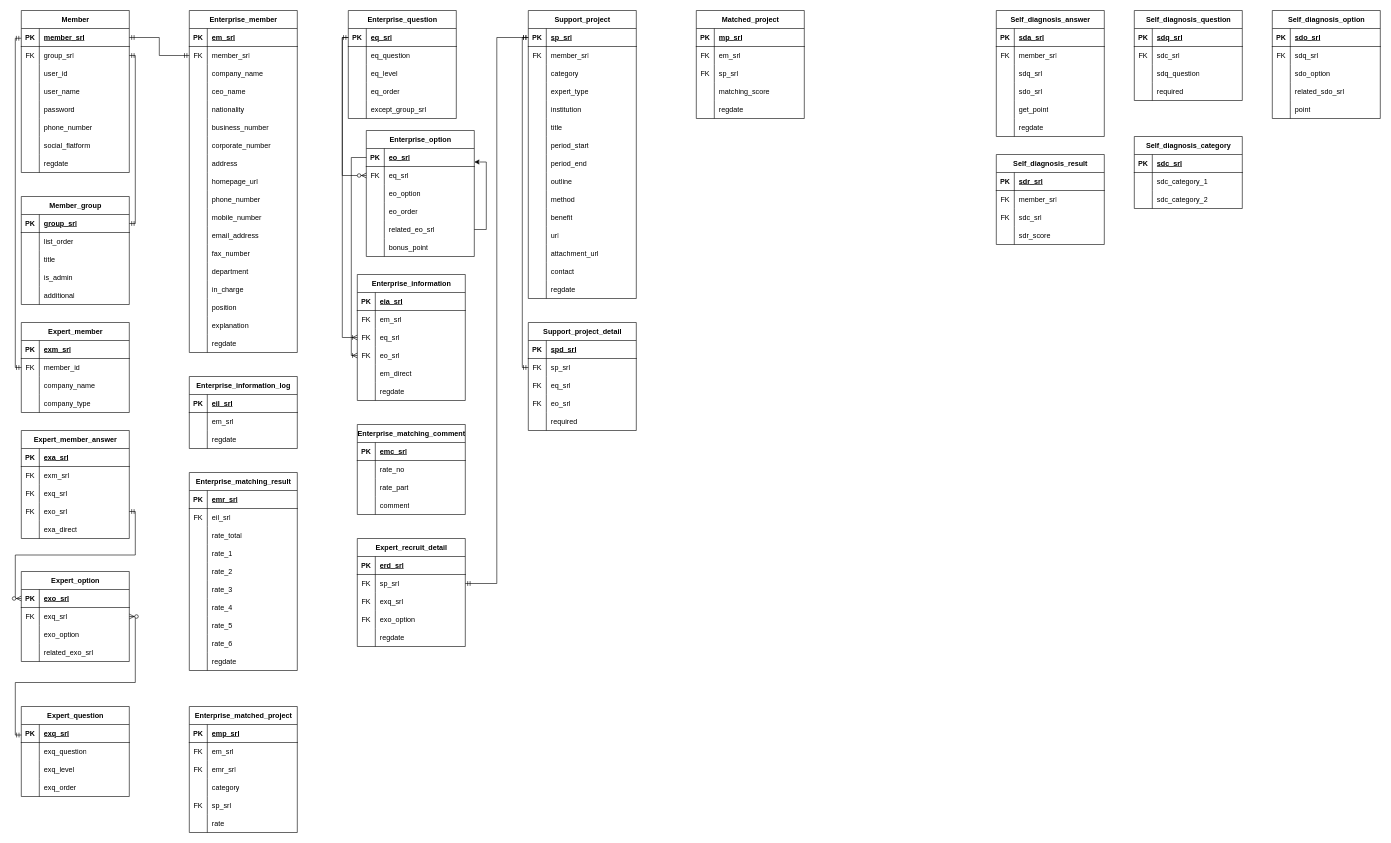
Earlier version of the draw.io diagram growth_erd.drawio (eunhan93/g_v). Source tidied: cells renumbered, new cells numbered last; positions are measured from the earlier drawing's top-left corner, leaving out a move shared by most shapes. Both pictures are drawn from the tidied source at 60%, with x=0, y=0 at pixel (15, 10).
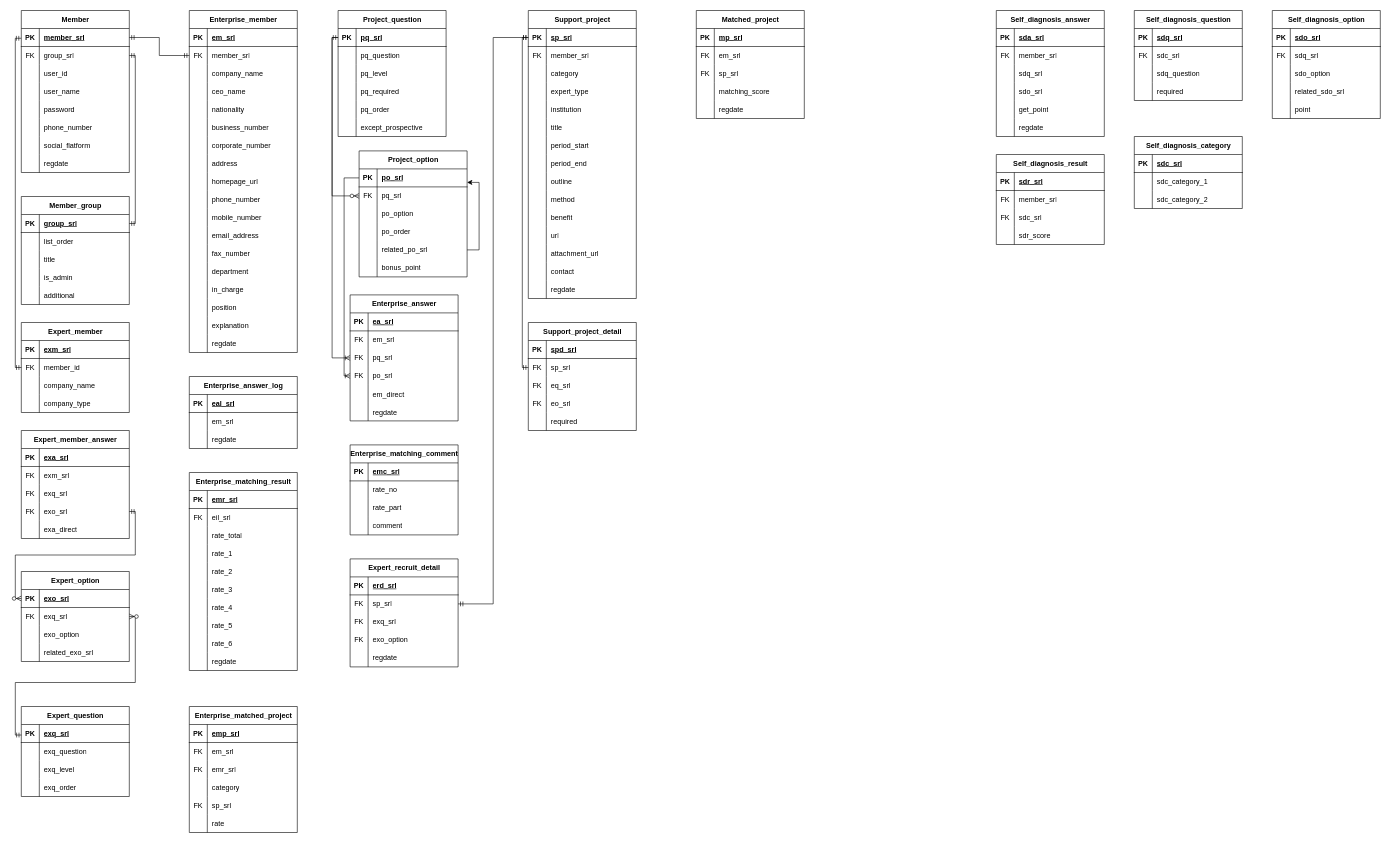
After the change.

Commit message:
사업화 일부 변경

The change refers to these unchanged cells:
```xml
<mxCell id="44" style="shape=tableRow;horizontal=0;startSize=0;swimlaneHead=0;swimlaneBody=0;fillColor=none;points=[[0,0.5],[1,0.5]];portConstraint=eastwest;top=0;left=0;right=0;bottom=1;" parent="43" vertex="1">
  <mxGeometry y="30" width="180" height="30" as="geometry" />
</mxCell>
<mxCell id="47" style="shape=tableRow;horizontal=0;startSize=0;swimlaneHead=0;swimlaneBody=0;fillColor=none;top=0;left=0;right=0;bottom=0;" parent="43" vertex="1">
  <mxGeometry y="60" width="180" height="30" as="geometry" />
</mxCell>
<mxCell id="50" style="shape=tableRow;horizontal=0;startSize=0;swimlaneHead=0;swimlaneBody=0;fillColor=none;top=0;left=0;right=0;bottom=0;" parent="43" vertex="1">
  <mxGeometry y="90" width="180" height="30" as="geometry" />
</mxCell>
<mxCell id="61" style="shape=tableRow;horizontal=0;startSize=0;swimlaneHead=0;swimlaneBody=0;fillColor=none;points=[[0,0.5],[1,0.5]];portConstraint=eastwest;top=0;left=0;right=0;bottom=1;" parent="60" vertex="1">
  <mxGeometry y="30" width="180" height="30" as="geometry" />
</mxCell>
<mxCell id="64" style="shape=tableRow;horizontal=0;startSize=0;swimlaneHead=0;swimlaneBody=0;fillColor=none;points=[[0,0.5],[1,0.5]];portConstraint=eastwest;top=0;left=0;right=0;bottom=0;" parent="60" vertex="1">
  <mxGeometry y="60" width="180" height="30" as="geometry" />
</mxCell>
<mxCell id="67" style="shape=tableRow;horizontal=0;startSize=0;swimlaneHead=0;swimlaneBody=0;fillColor=none;top=0;left=0;right=0;bottom=0;" parent="60" vertex="1">
  <mxGeometry y="90" width="180" height="30" as="geometry" />
</mxCell>
<mxCell id="70" style="shape=tableRow;horizontal=0;startSize=0;swimlaneHead=0;swimlaneBody=0;fillColor=none;top=0;left=0;right=0;bottom=0;" parent="60" vertex="1">
  <mxGeometry y="120" width="180" height="30" as="geometry" />
</mxCell>
<mxCell id="73" style="shape=tableRow;horizontal=0;startSize=0;swimlaneHead=0;swimlaneBody=0;fillColor=none;points=[[0,0.5],[1,0.5]];portConstraint=eastwest;top=0;left=0;right=0;bottom=0;" parent="60" vertex="1">
  <mxGeometry y="150" width="180" height="30" as="geometry" />
</mxCell>
<mxCell id="135" style="shape=tableRow;horizontal=0;startSize=0;swimlaneHead=0;swimlaneBody=0;fillColor=none;top=0;left=0;right=0;bottom=1;" parent="134" vertex="1">
  <mxGeometry y="30" width="180" height="30" as="geometry" />
</mxCell>
<mxCell id="141" style="shape=tableRow;horizontal=0;startSize=0;swimlaneHead=0;swimlaneBody=0;fillColor=none;points=[[0,0.5],[1,0.5]];portConstraint=eastwest;top=0;left=0;right=0;bottom=0;" parent="134" vertex="1">
  <mxGeometry y="90" width="180" height="30" as="geometry" />
</mxCell>
<mxCell id="144" style="shape=tableRow;horizontal=0;startSize=0;swimlaneHead=0;swimlaneBody=0;fillColor=none;points=[[0,0.5],[1,0.5]];portConstraint=eastwest;top=0;left=0;right=0;bottom=0;" parent="134" vertex="1">
  <mxGeometry y="120" width="180" height="30" as="geometry" />
</mxCell>
<mxCell id="384" style="shape=tableRow;horizontal=0;startSize=0;swimlaneHead=0;swimlaneBody=0;fillColor=none;top=0;left=0;right=0;bottom=1;" parent="383" vertex="1">
  <mxGeometry y="30" width="180" height="30" as="geometry" />
</mxCell>
```

Diff of the diagram source:
```diff
@@
-    <mxCell id="43" value="Enterprise_question" style="shape=table;startSize=30;childLayout=tableLayout;rowLines=0;fontStyle=1;align=center;html=1;" parent="1" vertex="1">
-      <mxGeometry x="555" width="180" height="180" as="geometry" />
+    <mxCell id="43" value="Project_question" style="shape=table;startSize=30;childLayout=tableLayout;rowLines=0;fontStyle=1;align=center;html=1;" parent="1" vertex="1">
+      <mxGeometry x="538" width="180" height="210" as="geometry" />
     </mxCell>
@@
-    <mxCell id="46" value="eq_srl" style="shape=partialRectangle;fillColor=none;top=0;left=0;bottom=0;right=0;align=left;spacingLeft=6;fontStyle=5;overflow=hidden;whiteSpace=wrap;html=1;" parent="44" vertex="1">
+    <mxCell id="46" value="pq_srl" style="shape=partialRectangle;fillColor=none;top=0;left=0;bottom=0;right=0;align=left;spacingLeft=6;fontStyle=5;overflow=hidden;whiteSpace=wrap;html=1;" parent="44" vertex="1">
       <mxGeometry x="30" width="150" height="30" as="geometry" />
     </mxCell>
@@
-    <mxCell id="49" value="eq_question" style="shape=partialRectangle;fillColor=none;top=0;left=0;bottom=0;right=0;align=left;spacingLeft=6;overflow=hidden;whiteSpace=wrap;html=1;" parent="47" vertex="1">
+    <mxCell id="49" value="pq_question" style="shape=partialRectangle;fillColor=none;top=0;left=0;bottom=0;right=0;align=left;spacingLeft=6;overflow=hidden;whiteSpace=wrap;html=1;" parent="47" vertex="1">
       <mxGeometry x="30" width="150" height="30" as="geometry" />
     </mxCell>
@@
-    <mxCell id="52" value="eq_level" style="shape=partialRectangle;fillColor=none;top=0;left=0;bottom=0;right=0;align=left;spacingLeft=6;overflow=hidden;whiteSpace=wrap;html=1;" parent="50" vertex="1">
+    <mxCell id="52" value="pq_level" style="shape=partialRectangle;fillColor=none;top=0;left=0;bottom=0;right=0;align=left;spacingLeft=6;overflow=hidden;whiteSpace=wrap;html=1;" parent="50" vertex="1">
       <mxGeometry x="30" width="150" height="30" as="geometry" />
     </mxCell>
+    <mxCell id="456" style="shape=tableRow;horizontal=0;startSize=0;swimlaneHead=0;swimlaneBody=0;fillColor=none;top=0;left=0;right=0;bottom=0;" parent="43" vertex="1">
+      <mxGeometry y="120" width="180" height="30" as="geometry" />
+    </mxCell>
+    <mxCell id="457" style="shape=partialRectangle;fillColor=none;top=0;left=0;bottom=0;right=0;overflow=hidden;whiteSpace=wrap;html=1;" parent="456" vertex="1">
+      <mxGeometry width="30" height="30" as="geometry" />
+    </mxCell>
+    <mxCell id="458" value="pq_required" style="shape=partialRectangle;fillColor=none;top=0;left=0;bottom=0;right=0;align=left;spacingLeft=6;overflow=hidden;whiteSpace=wrap;html=1;" parent="456" vertex="1">
+      <mxGeometry x="30" width="150" height="30" as="geometry" />
+    </mxCell>
     <mxCell id="53" style="shape=tableRow;horizontal=0;startSize=0;swimlaneHead=0;swimlaneBody=0;fillColor=none;top=0;left=0;right=0;bottom=0;" parent="43" vertex="1">
-      <mxGeometry y="120" width="180" height="30" as="geometry" />
+      <mxGeometry y="150" width="180" height="30" as="geometry" />
     </mxCell>
@@
-    <mxCell id="55" value="eq_order" style="shape=partialRectangle;fillColor=none;top=0;left=0;bottom=0;right=0;align=left;spacingLeft=6;overflow=hidden;whiteSpace=wrap;html=1;" parent="53" vertex="1">
+    <mxCell id="55" value="pq_order" style="shape=partialRectangle;fillColor=none;top=0;left=0;bottom=0;right=0;align=left;spacingLeft=6;overflow=hidden;whiteSpace=wrap;html=1;" parent="53" vertex="1">
       <mxGeometry x="30" width="150" height="30" as="geometry" />
     </mxCell>
     <mxCell id="56" style="shape=tableRow;horizontal=0;startSize=0;swimlaneHead=0;swimlaneBody=0;fillColor=none;top=0;left=0;right=0;bottom=0;" parent="43" vertex="1">
-      <mxGeometry y="150" width="180" height="30" as="geometry" />
+      <mxGeometry y="180" width="180" height="30" as="geometry" />
     </mxCell>
@@
-    <mxCell id="58" value="except_group_srl" style="shape=partialRectangle;fillColor=none;top=0;left=0;bottom=0;right=0;align=left;spacingLeft=6;overflow=hidden;whiteSpace=wrap;html=1;" parent="56" vertex="1">
+    <mxCell id="58" value="except_prospective" style="shape=partialRectangle;fillColor=none;top=0;left=0;bottom=0;right=0;align=left;spacingLeft=6;overflow=hidden;whiteSpace=wrap;html=1;" parent="56" vertex="1">
       <mxGeometry x="30" width="150" height="30" as="geometry" />
     </mxCell>
@@
-    <mxCell id="60" value="Enterprise_option" style="shape=table;startSize=30;childLayout=tableLayout;rowLines=0;fontStyle=1;align=center;html=1;" parent="1" vertex="1">
-      <mxGeometry x="585" y="200" width="180" height="210" as="geometry" />
+    <mxCell id="60" value="Project_option" style="shape=table;startSize=30;childLayout=tableLayout;rowLines=0;fontStyle=1;align=center;html=1;" parent="1" vertex="1">
+      <mxGeometry x="573" y="234" width="180" height="210" as="geometry" />
     </mxCell>
@@
-    <mxCell id="63" value="eo_srl" style="shape=partialRectangle;fillColor=none;top=0;left=0;bottom=0;right=0;align=left;spacingLeft=6;fontStyle=5;overflow=hidden;whiteSpace=wrap;html=1;" parent="61" vertex="1">
+    <mxCell id="63" value="po_srl" style="shape=partialRectangle;fillColor=none;top=0;left=0;bottom=0;right=0;align=left;spacingLeft=6;fontStyle=5;overflow=hidden;whiteSpace=wrap;html=1;" parent="61" vertex="1">
       <mxGeometry x="30" width="150" height="30" as="geometry" />
     </mxCell>
@@
-    <mxCell id="66" value="eq_srl" style="shape=partialRectangle;fillColor=none;top=0;left=0;bottom=0;right=0;align=left;spacingLeft=6;fontStyle=0;overflow=hidden;whiteSpace=wrap;html=1;" parent="64" vertex="1">
+    <mxCell id="66" value="pq_srl" style="shape=partialRectangle;fillColor=none;top=0;left=0;bottom=0;right=0;align=left;spacingLeft=6;fontStyle=0;overflow=hidden;whiteSpace=wrap;html=1;" parent="64" vertex="1">
       <mxGeometry x="30" width="150" height="30" as="geometry" />
     </mxCell>
@@
-    <mxCell id="69" value="eo_option" style="shape=partialRectangle;fillColor=none;top=0;left=0;bottom=0;right=0;align=left;spacingLeft=6;overflow=hidden;whiteSpace=wrap;html=1;" parent="67" vertex="1">
+    <mxCell id="69" value="po_option" style="shape=partialRectangle;fillColor=none;top=0;left=0;bottom=0;right=0;align=left;spacingLeft=6;overflow=hidden;whiteSpace=wrap;html=1;" parent="67" vertex="1">
       <mxGeometry x="30" width="150" height="30" as="geometry" />
     </mxCell>
@@
-    <mxCell id="72" value="eo_order" style="shape=partialRectangle;fillColor=none;top=0;left=0;bottom=0;right=0;align=left;spacingLeft=6;overflow=hidden;whiteSpace=wrap;html=1;" parent="70" vertex="1">
+    <mxCell id="72" value="po_order" style="shape=partialRectangle;fillColor=none;top=0;left=0;bottom=0;right=0;align=left;spacingLeft=6;overflow=hidden;whiteSpace=wrap;html=1;" parent="70" vertex="1">
       <mxGeometry x="30" width="150" height="30" as="geometry" />
     </mxCell>
@@
-    <mxCell id="75" value="related_eo_srl" style="shape=partialRectangle;fillColor=none;top=0;left=0;bottom=0;right=0;align=left;spacingLeft=6;overflow=hidden;whiteSpace=wrap;html=1;" parent="73" vertex="1">
+    <mxCell id="75" value="related_po_srl" style="shape=partialRectangle;fillColor=none;top=0;left=0;bottom=0;right=0;align=left;spacingLeft=6;overflow=hidden;whiteSpace=wrap;html=1;" parent="73" vertex="1">
       <mxGeometry x="30" width="150" height="30" as="geometry" />
     </mxCell>
@@
-    <mxCell id="134" value="Enterprise_information" style="shape=table;startSize=30;childLayout=tableLayout;rowLines=0;fontStyle=1;align=center;html=1;" parent="1" vertex="1">
-      <mxGeometry x="570" y="440" width="180" height="210" as="geometry" />
+    <mxCell id="134" value="Enterprise_answer" style="shape=table;startSize=30;childLayout=tableLayout;rowLines=0;fontStyle=1;align=center;html=1;" parent="1" vertex="1">
+      <mxGeometry x="558" y="474" width="180" height="210" as="geometry" />
     </mxCell>
@@
-    <mxCell id="137" value="eia_srl" style="shape=partialRectangle;fillColor=none;top=0;left=0;bottom=0;right=0;align=left;spacingLeft=6;fontStyle=5;overflow=hidden;whiteSpace=wrap;html=1;" parent="135" vertex="1">
+    <mxCell id="137" value="ea_srl" style="shape=partialRectangle;fillColor=none;top=0;left=0;bottom=0;right=0;align=left;spacingLeft=6;fontStyle=5;overflow=hidden;whiteSpace=wrap;html=1;" parent="135" vertex="1">
       <mxGeometry x="30" width="150" height="30" as="geometry" />
     </mxCell>
@@
-    <mxCell id="143" value="eq_srl" style="shape=partialRectangle;fillColor=none;top=0;left=0;bottom=0;right=0;align=left;spacingLeft=6;fontStyle=0;overflow=hidden;whiteSpace=wrap;html=1;" parent="141" vertex="1">
+    <mxCell id="143" value="pq_srl" style="shape=partialRectangle;fillColor=none;top=0;left=0;bottom=0;right=0;align=left;spacingLeft=6;fontStyle=0;overflow=hidden;whiteSpace=wrap;html=1;" parent="141" vertex="1">
       <mxGeometry x="30" width="150" height="30" as="geometry" />
     </mxCell>
@@
-    <mxCell id="146" value="eo_srl" style="shape=partialRectangle;fillColor=none;top=0;left=0;bottom=0;right=0;align=left;spacingLeft=6;fontStyle=0;overflow=hidden;whiteSpace=wrap;html=1;" parent="144" vertex="1">
+    <mxCell id="146" value="po_srl" style="shape=partialRectangle;fillColor=none;top=0;left=0;bottom=0;right=0;align=left;spacingLeft=6;fontStyle=0;overflow=hidden;whiteSpace=wrap;html=1;" parent="144" vertex="1">
       <mxGeometry x="30" width="150" height="30" as="geometry" />
     </mxCell>
@@
     <mxCell id="260" value="Expert_recruit_detail" style="shape=table;startSize=30;childLayout=tableLayout;rowLines=0;fontStyle=1;align=center;html=1;" parent="1" vertex="1">
-      <mxGeometry x="570" y="880" width="180" height="180" as="geometry" />
+      <mxGeometry x="558" y="914" width="180" height="180" as="geometry" />
     </mxCell>
@@
-    <mxCell id="383" value="Enterprise_information_log" style="shape=table;startSize=30;childLayout=tableLayout;rowLines=0;fontStyle=1;align=center;html=1;" parent="1" vertex="1">
+    <mxCell id="383" value="Enterprise_answer_log" style="shape=table;startSize=30;childLayout=tableLayout;rowLines=0;fontStyle=1;align=center;html=1;" parent="1" vertex="1">
       <mxGeometry x="290" y="610" width="180" height="120" as="geometry" />
     </mxCell>
@@
-    <mxCell id="386" value="eil_srl" style="shape=partialRectangle;fillColor=none;top=0;left=0;bottom=0;right=0;align=left;spacingLeft=6;fontStyle=5;overflow=hidden;whiteSpace=wrap;html=1;" parent="384" vertex="1">
+    <mxCell id="386" value="eal_srl" style="shape=partialRectangle;fillColor=none;top=0;left=0;bottom=0;right=0;align=left;spacingLeft=6;fontStyle=5;overflow=hidden;whiteSpace=wrap;html=1;" parent="384" vertex="1">
       <mxGeometry x="30" width="150" height="30" as="geometry" />
     </mxCell>
@@
     <mxCell id="424" value="Enterprise_matching_comment" style="shape=table;startSize=30;childLayout=tableLayout;rowLines=0;fontStyle=1;align=center;html=1;" parent="1" vertex="1">
-      <mxGeometry x="570" y="690" width="180" height="150" as="geometry" />
+      <mxGeometry x="558" y="724" width="180" height="150" as="geometry" />
     </mxCell>
```
